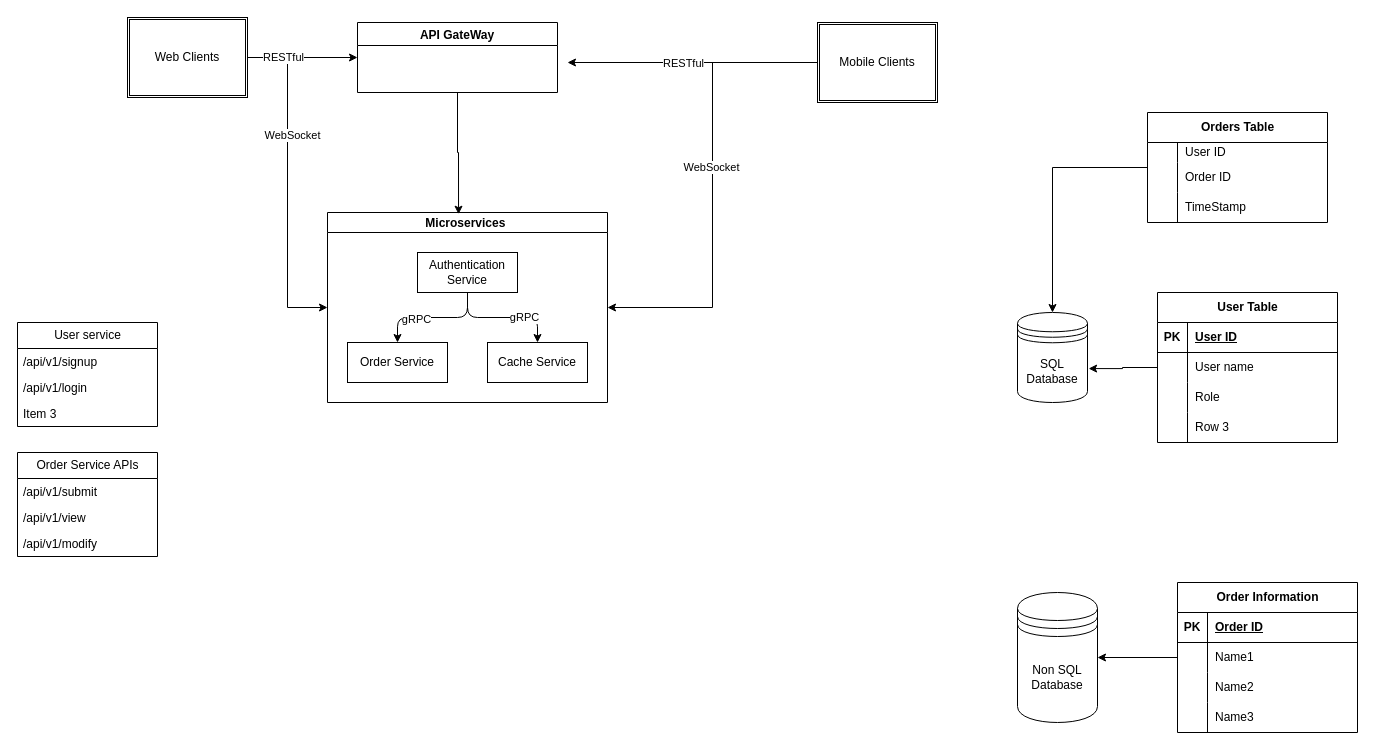
This is HiServer Design.drawio from Hi-TechThreads/HiServer, a draw.io file, before an edit. Source tidied: cells renumbered, new cells numbered last; positions are measured from the earlier drawing's top-left corner, leaving out a move shared by most shapes. Both pictures are drawn from the tidied source at 100%, with x=0, y=0 at pixel (17, 17).
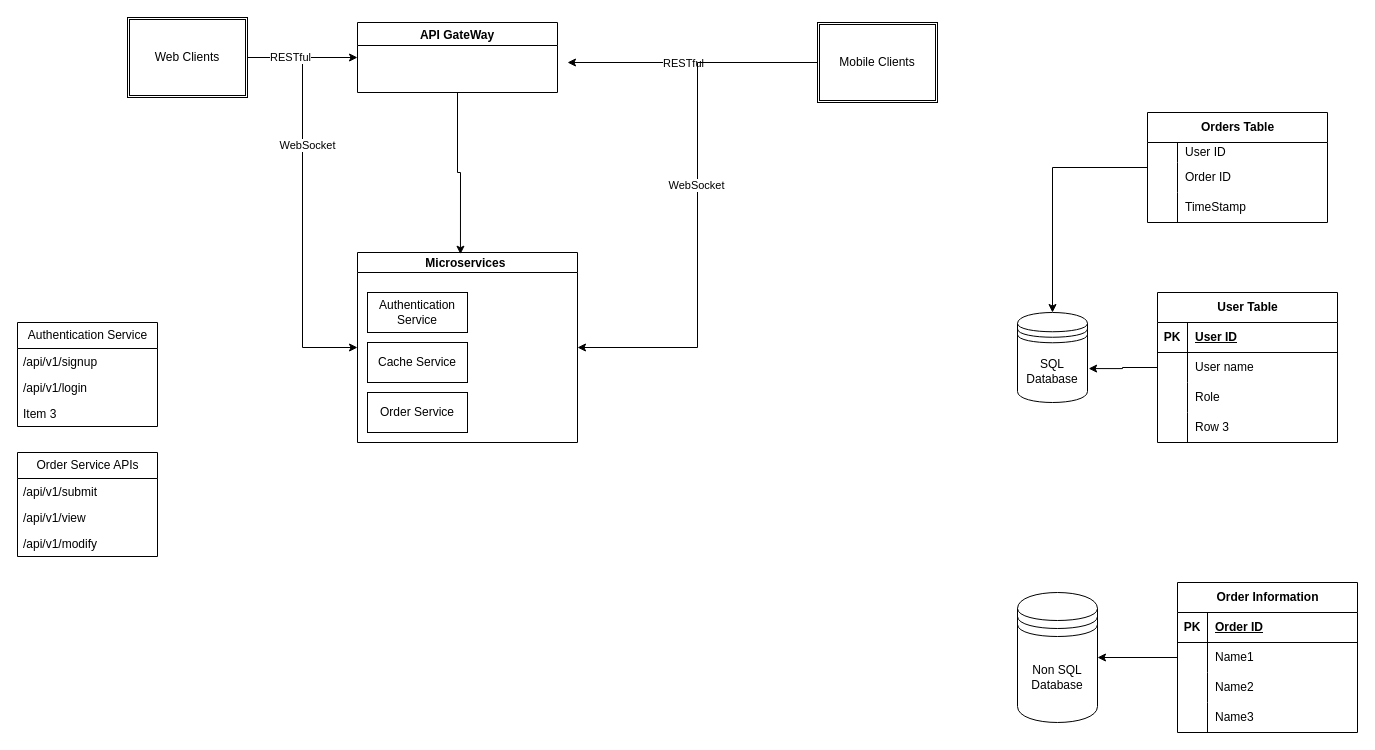
The same page after the edit.

Diff of the diagram source:
```diff
@@
     <mxCell id="13" value="Microservices " style="swimlane;startSize=20;horizontal=1;horizontalTree=0;sortEdges=1;containerType=tree;fontSize=12;" parent="1" vertex="1">
-      <mxGeometry x="310" y="195" width="280" height="190" as="geometry" />
+      <mxGeometry x="340" y="235" width="220" height="190" as="geometry" />
     </mxCell>
     <mxCell id="14" value="Authentication Service" style="whiteSpace=wrap;html=1;" parent="13" vertex="1">
-      <mxGeometry x="90" y="40" width="100" height="40" as="geometry" />
+      <mxGeometry x="10" y="40" width="100" height="40" as="geometry" />
     </mxCell>
     <mxCell id="15" value="Order Service" style="whiteSpace=wrap;html=1;" parent="13" vertex="1">
-      <mxGeometry x="20" y="130" width="100" height="40" as="geometry" />
+      <mxGeometry x="10" y="140" width="100" height="40" as="geometry" />
     </mxCell>
-    <mxCell id="16" style="edgeStyle=elbowEdgeStyle;elbow=vertical;html=1;rounded=1;curved=0;sourcePerimeterSpacing=0;targetPerimeterSpacing=0;startSize=6;endSize=6;" parent="13" edge="1" source="14" target="15">
-      <mxGeometry relative="1" as="geometry" />
-    </mxCell>
-    <mxCell id="17" value="gRPC" style="edgeLabel;html=1;align=center;verticalAlign=middle;" parent="16" vertex="1">
-      <mxGeometry x="0.28" y="1" relative="1" as="geometry" />
-    </mxCell>
     <mxCell id="18" value="Cache Service" style="whiteSpace=wrap;html=1;" parent="13" vertex="1">
-      <mxGeometry x="160" y="130" width="100" height="40" as="geometry" />
+      <mxGeometry x="10" y="90" width="100" height="40" as="geometry" />
     </mxCell>
-    <mxCell id="19" style="edgeStyle=elbowEdgeStyle;elbow=vertical;html=1;rounded=1;curved=0;sourcePerimeterSpacing=0;targetPerimeterSpacing=0;startSize=6;endSize=6;" parent="13" edge="1" source="14" target="18">
-      <mxGeometry relative="1" as="geometry" />
-    </mxCell>
-    <mxCell id="20" value="gRPC" style="edgeLabel;html=1;align=center;verticalAlign=middle;" parent="19" vertex="1">
-      <mxGeometry x="0.35" y="1" relative="1" as="geometry" />
-    </mxCell>
@@
-    <mxCell id="67" value="User service" style="swimlane;fontStyle=0;horizontal=1;startSize=26;fillColor=none;html=1;" parent="1" vertex="1">
+    <mxCell id="67" value="Authentication Service" style="swimlane;fontStyle=0;horizontal=1;startSize=26;fillColor=none;html=1;" parent="1" vertex="1">
       <mxGeometry y="305" width="140" height="104" as="geometry" />
     </mxCell>
```
